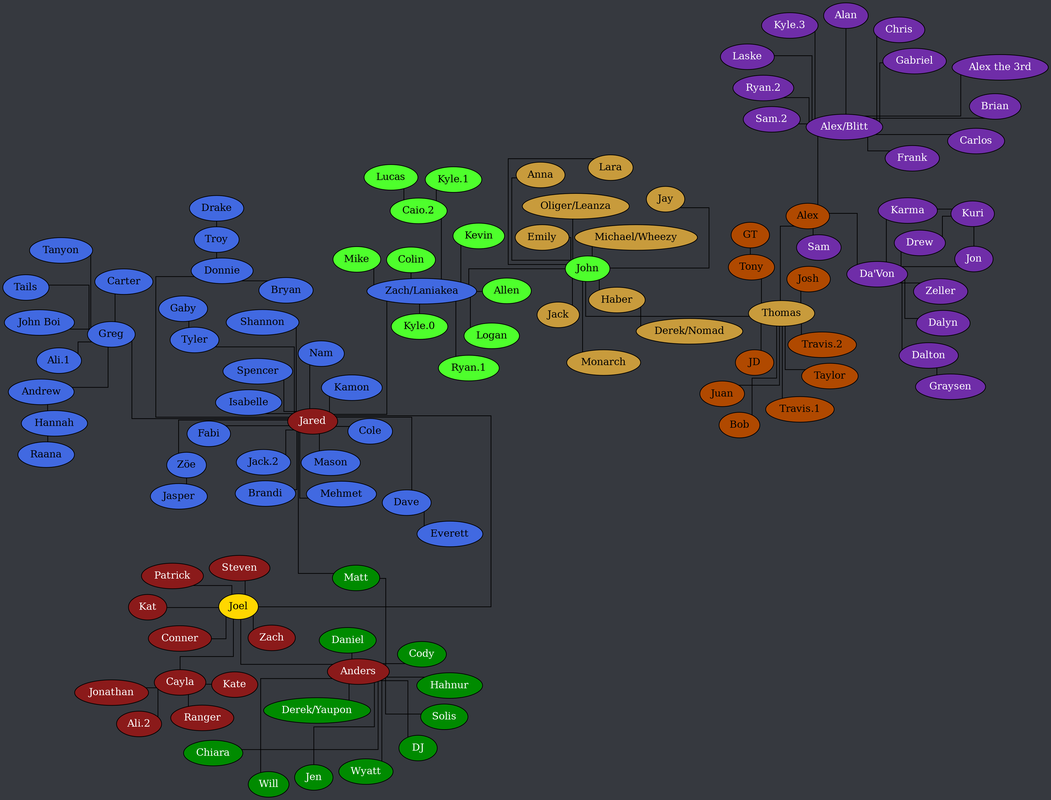
This is tree.png from Documidas/CoronaCatzFamilyTree, a Graphviz export, as it was before one commit. Its source is kept beside it as tree.dot.
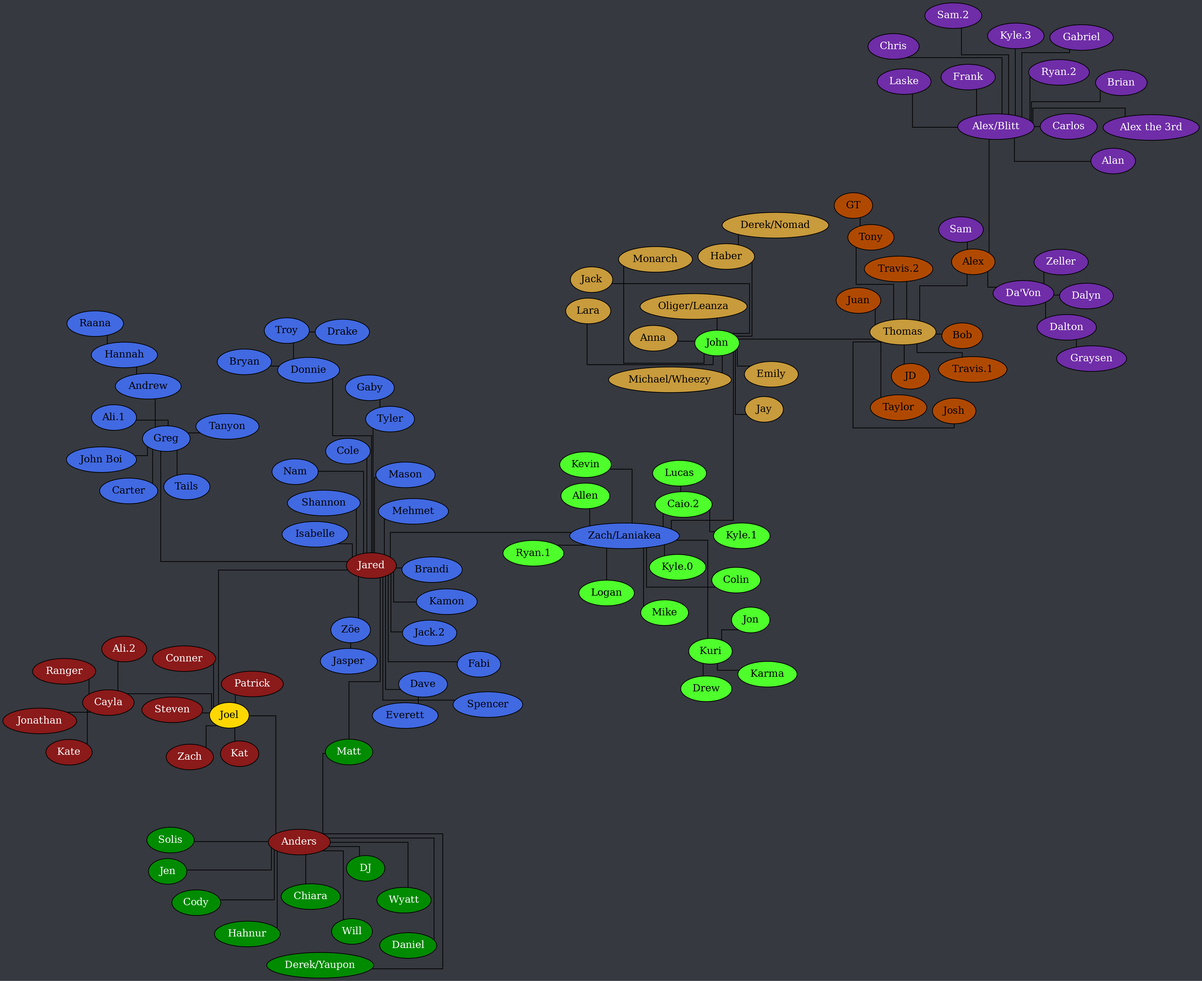
After the commit.

Commit message:
Fix merge issue, move Kuri

The edit, as a diff of the source:
```diff
@@ -87,12 +87,16 @@
 
 		"Caio.2" -- "Kyle.1";
 		"Caio.2" -- Lucas;
+		Kuri -- Drew;
+		Kuri -- Jon;
+		Kuri -- Karma;
 		"Zach/Laniakea" -- Allen;
 		"Zach/Laniakea" -- "Caio.2";
 		"Zach/Laniakea" -- Colin;
 		"Zach/Laniakea" -- John;
 		"Zach/Laniakea" -- Logan;
 		"Zach/Laniakea" -- Kevin;
+		"Zach/Laniakea" -- Kuri;
 		"Zach/Laniakea" -- "Kyle.0";
 		"Zach/Laniakea" -- Mike;
 		"Zach/Laniakea" -- "Ryan.1";
@@ -153,13 +157,7 @@
 		"Alex/Blitt" -- "Sam.2";
 		"Da'Von" -- Dalton;
 		"Da'Von" -- Dalyn;
-		"Da'Von" -- Drew;
-		"Da'Von" -- Jon;
-		"Da'Von" -- Karma;
 		"Da'Von" -- Zeller;
 		Dalton -- Graysen;
-		Kuri -- Drew;
-		Kuri -- Jon;
-		Kuri -- Karma;
 	}
 }
```
